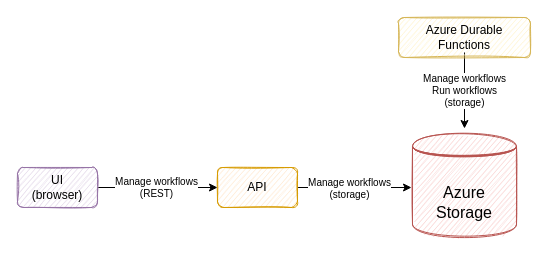
Before: readme/diagrams/architecture_4.drawio in lucaslorentz/durabletask-extensions, a draw.io diagram. Source tidied: cells renumbered, new cells numbered last; positions are measured from the earlier drawing's top-left corner, leaving out a move shared by most shapes. Both pictures are drawn from the tidied source at 100%, with x=0, y=0 at pixel (17, 17).
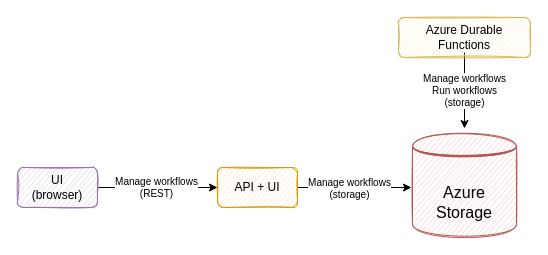
Above is the later version.

What changed in the source:
```diff
@@
 <mxGraphModel>
   <root>
     <mxCell id="0" />
     <mxCell id="1" parent="0" />
     <mxCell id="2" style="edgeStyle=orthogonalEdgeStyle;rounded=0;jettySize=auto;html=1;" parent="1" edge="1" source="4">
       <mxGeometry relative="1" as="geometry">
         <mxPoint x="394" y="170" as="targetPoint" />
       </mxGeometry>
     </mxCell>
     <mxCell id="3" value="Manage workflows&lt;br style=&quot;font-size: 10px&quot;&gt;(storage)" style="edgeLabel;html=1;align=center;verticalAlign=middle;fontSize=10;" parent="2" vertex="1">
       <mxGeometry x="0.25" y="-1" relative="1" as="geometry">
         <mxPoint x="-20" y="-1" as="offset" />
       </mxGeometry>
     </mxCell>
-    <mxCell id="4" value="API" style="rounded=1;whiteSpace=wrap;html=1;fillColor=#ffe6cc;strokeColor=#d79b00;sketch=1;" parent="1" vertex="1">
+    <mxCell id="4" value="API + UI" style="rounded=1;whiteSpace=wrap;html=1;fillColor=#ffe6cc;strokeColor=#d79b00;sketch=1;" parent="1" vertex="1">
       <mxGeometry x="200" y="150" width="80" height="40" as="geometry" />
     </mxCell>
     <mxCell id="5" style="edgeStyle=orthogonalEdgeStyle;rounded=0;jettySize=auto;html=1;entryX=0;entryY=0.5;entryDx=0;entryDy=0;" parent="1" edge="1" source="8" target="4">
       <mxGeometry relative="1" as="geometry" />
     </mxCell>
     <mxCell id="6" value="Manage workflows&lt;br style=&quot;font-size: 10px&quot;&gt;(REST)" style="edgeLabel;html=1;align=center;verticalAlign=middle;fontSize=10;" parent="5" vertex="1">
       <mxGeometry x="-0.04" y="-3" relative="1" as="geometry">
         <mxPoint y="-4" as="offset" />
       </mxGeometry>
     </mxCell>
     <mxCell id="7" value="Azure Storage" style="shape=datastore;whiteSpace=wrap;html=1;fontSize=16;sketch=1;fillColor=#f8cecc;strokeColor=#b85450;" parent="1" vertex="1">
       <mxGeometry x="395" y="116" width="104" height="104" as="geometry" />
     </mxCell>
     <mxCell id="8" value="UI&lt;br&gt;(browser)" style="rounded=1;whiteSpace=wrap;html=1;fillColor=#e1d5e7;strokeColor=#9673a6;sketch=1;" parent="1" vertex="1">
       <mxGeometry y="150" width="80" height="40" as="geometry" />
     </mxCell>
     <mxCell id="9" value="Manage workflows&lt;br&gt;Run workflows&lt;br&gt;(storage)" style="edgeStyle=orthogonalEdgeStyle;rounded=0;orthogonalLoop=1;jettySize=auto;html=1;fontSize=10;" parent="1" edge="1">
       <mxGeometry relative="1" as="geometry">
         <mxPoint x="447" y="35" as="sourcePoint" />
         <mxPoint x="447" y="111" as="targetPoint" />
       </mxGeometry>
     </mxCell>
     <mxCell id="10" value="Azure Durable Functions" style="rounded=1;whiteSpace=wrap;html=1;fillColor=#fff2cc;strokeColor=#d6b656;sketch=1;" parent="1" vertex="1">
       <mxGeometry x="381" width="132" height="40" as="geometry" />
     </mxCell>
   </root>
 </mxGraphModel>
```
